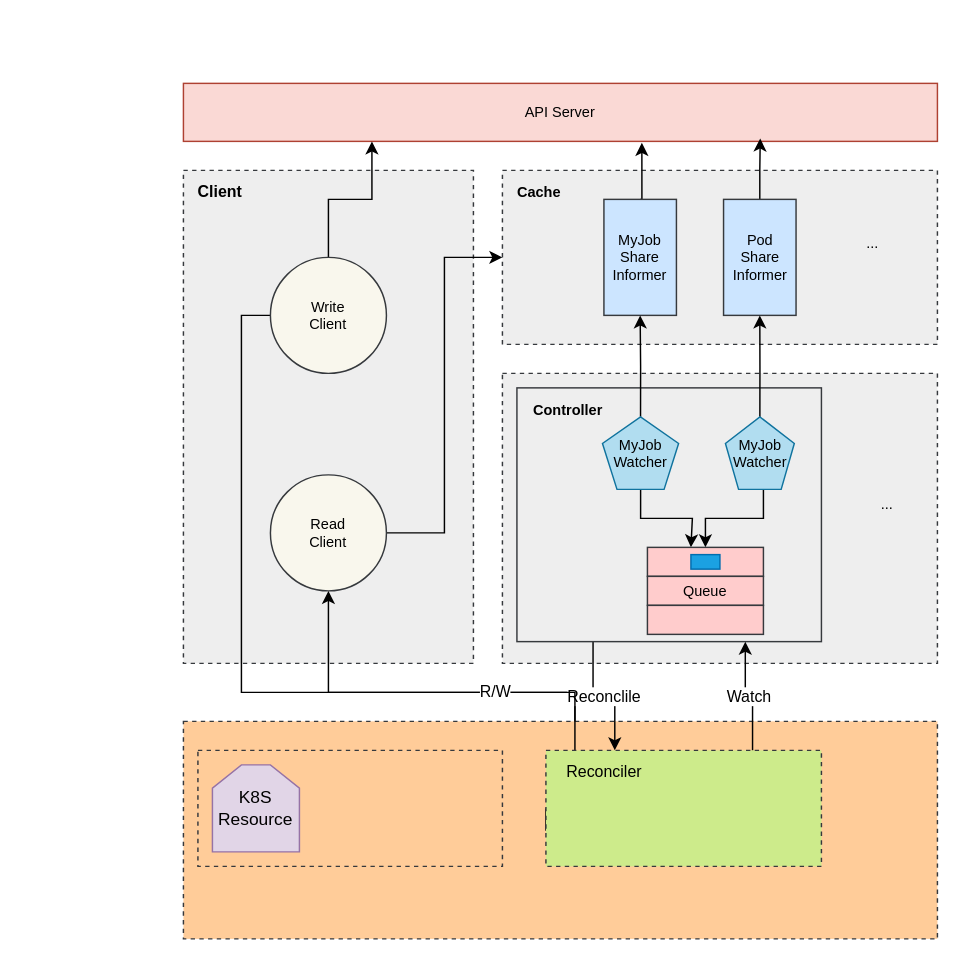
Before: page "第 8 页" (8 of 8) of st/k8s.drawio in gaivin/drawio, a draw.io diagram. Source tidied: cells renumbered, new cells numbered last; positions are measured from the earlier drawing's top-left corner, leaving out a move shared by most shapes. Both pictures are drawn from the tidied source at 145%, with x=0, y=0 at pixel (183, 83).
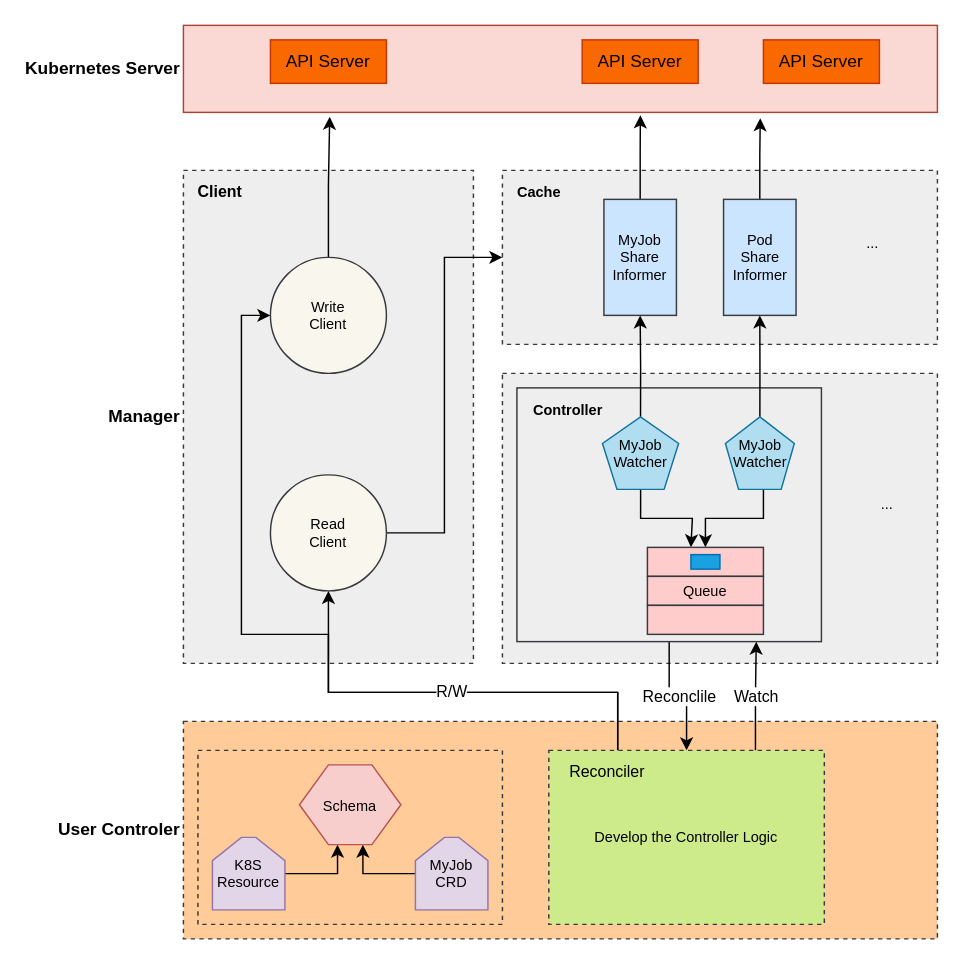
The same diagram, later.

Unchanged cells that the change refers to:
```xml
<mxCell id="6" value="Write&lt;br style=&quot;font-size: 10px;&quot;&gt;Client" style="ellipse;whiteSpace=wrap;html=1;fillColor=#f9f7ed;strokeColor=#36393d;fontSize=10;" parent="1" vertex="1">
  <mxGeometry x="60" y="120" width="80" height="80" as="geometry" />
</mxCell>
<mxCell id="8" value="Read&lt;br style=&quot;font-size: 10px;&quot;&gt;Client" style="ellipse;whiteSpace=wrap;html=1;fillColor=#f9f7ed;strokeColor=#36393d;fontSize=10;" parent="1" vertex="1">
  <mxGeometry x="60" y="270" width="80" height="80" as="geometry" />
</mxCell>
<mxCell id="12" value="MyJob&lt;br style=&quot;font-size: 10px;&quot;&gt;Share Informer" style="rounded=0;whiteSpace=wrap;html=1;fillColor=#cce5ff;strokeColor=#36393d;fontSize=10;" parent="1" vertex="1">
  <mxGeometry x="290" y="80" width="50" height="80" as="geometry" />
</mxCell>
<mxCell id="14" value="Pod&lt;br style=&quot;font-size: 10px;&quot;&gt;Share Informer" style="rounded=0;whiteSpace=wrap;html=1;fillColor=#cce5ff;strokeColor=#36393d;fontSize=10;" parent="1" vertex="1">
  <mxGeometry x="372.5" y="80" width="50" height="80" as="geometry" />
</mxCell>
<mxCell id="17" style="rounded=0;whiteSpace=wrap;html=1;fillColor=#eeeeee;strokeColor=#36393d;labelPosition=center;verticalLabelPosition=bottom;align=center;verticalAlign=top;fontSize=10;points=[[0,0,0,0,0],[0,0.25,0,0,0],[0,0.5,0,0,0],[0,0.75,0,0,0],[0,1,0,0,0],[0.17,1,0,0,0],[0.25,0,0,0,0],[0.25,1,0,0,0],[0.33,1,0,0,0],[0.5,0,0,0,0],[0.5,1,0,0,0],[0.67,1,0,0,0],[0.75,0,0,0,0],[0.75,1,0,0,0],[0.83,1,0,0,0],[1,0,0,0,0],[1,0.25,0,0,0],[1,0.5,0,0,0],[1,0.75,0,0,0],[1,1,0,0,0]];" parent="1" vertex="1">
  <mxGeometry x="230" y="210" width="210" height="175" as="geometry" />
</mxCell>
```

Change to the diagram source:
```diff
@@
-    <mxCell id="2" value="API Server" style="rounded=0;whiteSpace=wrap;html=1;fillColor=#fad9d5;strokeColor=#ae4132;fontSize=10;" parent="1" vertex="1">
-      <mxGeometry width="520" height="40" as="geometry" />
+    <mxCell id="2" value="Kubernetes Server" style="rounded=0;whiteSpace=wrap;html=1;fillColor=#fad9d5;strokeColor=#ae4132;fontSize=12;fontStyle=1;labelPosition=left;verticalLabelPosition=middle;align=right;verticalAlign=middle;" parent="1" vertex="1">
+      <mxGeometry y="-40" width="520" height="60" as="geometry" />
     </mxCell>
-    <mxCell id="3" style="rounded=0;whiteSpace=wrap;html=1;fillColor=#eeeeee;strokeColor=#36393d;dashed=1;labelPosition=center;verticalLabelPosition=bottom;align=center;verticalAlign=top;fontSize=10;" parent="1" vertex="1">
+    <mxCell id="3" value="Manager" style="rounded=0;whiteSpace=wrap;html=1;fillColor=#eeeeee;strokeColor=#36393d;dashed=1;labelPosition=left;verticalLabelPosition=middle;align=right;verticalAlign=middle;fontSize=12;fontStyle=1;" parent="1" vertex="1">
       <mxGeometry y="60" width="200" height="340" as="geometry" />
     </mxCell>
-    <mxCell id="4" style="edgeStyle=orthogonalEdgeStyle;rounded=0;jettySize=auto;html=1;exitX=0.5;exitY=0;exitDx=0;exitDy=0;entryX=0.25;entryY=1;entryDx=0;entryDy=0;fontSize=10;" parent="1" edge="1" source="6" target="2">
+    <mxCell id="4" style="edgeStyle=orthogonalEdgeStyle;rounded=0;jettySize=auto;html=1;exitX=0.5;exitY=0;exitDx=0;exitDy=0;fontSize=10;entryX=0.194;entryY=1.05;entryDx=0;entryDy=0;entryPerimeter=0;" parent="1" edge="1" source="6" target="2">
       <mxGeometry relative="1" as="geometry" />
     </mxCell>
-    <mxCell id="5" style="edgeStyle=orthogonalEdgeStyle;rounded=0;jettySize=auto;html=1;exitX=0;exitY=0.5;exitDx=0;exitDy=0;entryX=0.313;entryY=0.067;entryDx=0;entryDy=0;entryPerimeter=0;" parent="1" edge="1" source="6" target="37">
-      <mxGeometry relative="1" as="geometry">
-        <Array as="points">
-          <mxPoint x="40" y="160" />
-          <mxPoint x="40" y="420" />
-          <mxPoint x="270" y="420" />
-        </Array>
-      </mxGeometry>
-    </mxCell>
@@
-    <mxCell id="11" style="edgeStyle=orthogonalEdgeStyle;rounded=0;jettySize=auto;html=1;exitX=0.5;exitY=0;exitDx=0;exitDy=0;entryX=0.608;entryY=1.025;entryDx=0;entryDy=0;entryPerimeter=0;" parent="1" edge="1" source="12" target="2">
+    <mxCell id="11" style="edgeStyle=orthogonalEdgeStyle;rounded=0;jettySize=auto;html=1;exitX=0.5;exitY=0;exitDx=0;exitDy=0;entryX=0.606;entryY=1.033;entryDx=0;entryDy=0;entryPerimeter=0;" parent="1" edge="1" source="12" target="2">
       <mxGeometry relative="1" as="geometry" />
     </mxCell>
@@
-    <mxCell id="13" style="edgeStyle=orthogonalEdgeStyle;rounded=0;jettySize=auto;html=1;exitX=0.5;exitY=0;exitDx=0;exitDy=0;entryX=0.765;entryY=0.95;entryDx=0;entryDy=0;entryPerimeter=0;" parent="1" edge="1" source="14" target="2">
+    <mxCell id="13" style="edgeStyle=orthogonalEdgeStyle;rounded=0;jettySize=auto;html=1;exitX=0.5;exitY=0;exitDx=0;exitDy=0;entryX=0.765;entryY=1.067;entryDx=0;entryDy=0;entryPerimeter=0;" parent="1" edge="1" source="14" target="2">
       <mxGeometry relative="1" as="geometry" />
     </mxCell>
@@
-    <mxCell id="15" style="rounded=0;whiteSpace=wrap;html=1;fillColor=#ffcc99;strokeColor=#36393d;dashed=1;labelPosition=center;verticalLabelPosition=bottom;align=center;verticalAlign=top;fontSize=10;" parent="1" vertex="1">
+    <mxCell id="15" value="User Controler" style="rounded=0;whiteSpace=wrap;html=1;fillColor=#ffcc99;strokeColor=#36393d;dashed=1;labelPosition=left;verticalLabelPosition=middle;align=right;verticalAlign=middle;fontSize=12;fontStyle=1;" parent="1" vertex="1">
       <mxGeometry y="440" width="520" height="150" as="geometry" />
     </mxCell>
-    <mxCell id="16" value="Reconclile" style="edgeStyle=orthogonalEdgeStyle;rounded=0;jettySize=auto;html=1;exitX=0.25;exitY=1;exitDx=0;exitDy=0;exitPerimeter=0;entryX=0.25;entryY=0;entryDx=0;entryDy=0;" parent="1" edge="1" source="17" target="36">
+    <mxCell id="16" value="Reconclile" style="edgeStyle=orthogonalEdgeStyle;rounded=0;jettySize=auto;html=1;exitX=0.5;exitY=1;exitDx=0;exitDy=0;exitPerimeter=0;entryX=0.5;entryY=0;entryDx=0;entryDy=0;" parent="1" edge="1" source="17" target="36">
       <mxGeometry relative="1" as="geometry" />
     </mxCell>
@@
-    <mxCell id="34" value="Watch" style="edgeStyle=orthogonalEdgeStyle;rounded=0;jettySize=auto;html=1;exitX=0.75;exitY=0;exitDx=0;exitDy=0;entryX=0.75;entryY=1;entryDx=0;entryDy=0;entryPerimeter=0;" parent="1" edge="1" source="36" target="17">
+    <mxCell id="34" value="Watch" style="edgeStyle=orthogonalEdgeStyle;rounded=0;jettySize=auto;html=1;exitX=0.75;exitY=0;exitDx=0;exitDy=0;entryX=0.786;entryY=1;entryDx=0;entryDy=0;entryPerimeter=0;" parent="1" edge="1" source="36" target="17">
       <mxGeometry relative="1" as="geometry" />
     </mxCell>
+    <mxCell id="40" style="edgeStyle=orthogonalEdgeStyle;rounded=0;jettySize=auto;html=1;exitX=0.25;exitY=0;exitDx=0;exitDy=0;entryX=0;entryY=0.5;entryDx=0;entryDy=0;" parent="1" edge="1" source="36" target="6">
+      <mxGeometry relative="1" as="geometry">
+        <Array as="points">
+          <mxPoint x="300" y="420" />
+          <mxPoint x="100" y="420" />
+          <mxPoint x="100" y="380" />
+          <mxPoint x="40" y="380" />
+          <mxPoint x="40" y="160" />
+        </Array>
+      </mxGeometry>
+    </mxCell>
-    <mxCell id="35" value="R/W" style="edgeStyle=orthogonalEdgeStyle;rounded=0;jettySize=auto;html=1;exitX=0;exitY=0.5;exitDx=0;exitDy=0;" parent="1" edge="1" source="36" target="8">
+    <mxCell id="35" value="R/W" style="edgeStyle=orthogonalEdgeStyle;rounded=0;jettySize=auto;html=1;exitX=0.25;exitY=0;exitDx=0;exitDy=0;" parent="1" edge="1" source="36" target="8">
       <mxGeometry relative="1" as="geometry">
         <Array as="points">
-          <mxPoint x="270" y="515" />
-          <mxPoint x="270" y="420" />
+          <mxPoint x="300" y="420" />
           <mxPoint x="100" y="420" />
         </Array>
       </mxGeometry>
     </mxCell>
-    <mxCell id="36" style="rounded=0;whiteSpace=wrap;html=1;dashed=1;labelPosition=center;verticalLabelPosition=middle;align=center;verticalAlign=middle;fontSize=10;fillColor=#cdeb8b;strokeColor=#36393d;" parent="1" vertex="1">
-      <mxGeometry x="250" y="460" width="190" height="80" as="geometry" />
+    <mxCell id="36" value="Develop the Controller Logic" style="rounded=0;whiteSpace=wrap;html=1;dashed=1;labelPosition=center;verticalLabelPosition=middle;align=center;verticalAlign=middle;fontSize=10;fillColor=#cdeb8b;strokeColor=#36393d;" parent="1" vertex="1">
+      <mxGeometry x="252" y="460" width="190" height="120" as="geometry" />
     </mxCell>
     <mxCell id="37" value="Reconciler" style="text;html=1;align=center;verticalAlign=middle;points=[];strokeColor=none;fillColor=none;fontSize=11;" parent="1" vertex="1">
-      <mxGeometry x="250" y="460" width="80" height="30" as="geometry" />
+      <mxGeometry x="252" y="460" width="80" height="30" as="geometry" />
     </mxCell>
     <mxCell id="38" style="rounded=0;whiteSpace=wrap;html=1;fillColor=none;strokeColor=#36393d;dashed=1;labelPosition=center;verticalLabelPosition=bottom;align=center;verticalAlign=top;fontSize=10;" parent="1" vertex="1">
-      <mxGeometry x="10" y="460" width="210" height="80" as="geometry" />
+      <mxGeometry x="10" y="460" width="210" height="120" as="geometry" />
     </mxCell>
+    <mxCell id="41" style="edgeStyle=orthogonalEdgeStyle;rounded=0;jettySize=auto;html=1;exitX=1;exitY=0.5;exitDx=0;exitDy=0;entryX=0.375;entryY=1;entryDx=0;entryDy=0;" parent="1" edge="1" source="39" target="44">
+      <mxGeometry relative="1" as="geometry" />
+    </mxCell>
-    <mxCell id="39" value="K8S&lt;br&gt;Resource" style="shape=loopLimit;whiteSpace=wrap;html=1;fillColor=#e1d5e7;strokeColor=#9673a6;" parent="1" vertex="1">
-      <mxGeometry x="20" y="470" width="60" height="60" as="geometry" />
+    <mxCell id="39" value="K8S&lt;br style=&quot;font-size: 10px;&quot;&gt;Resource" style="shape=loopLimit;whiteSpace=wrap;html=1;fillColor=#e1d5e7;strokeColor=#9673a6;fontSize=10;" parent="1" vertex="1">
+      <mxGeometry x="20" y="520" width="50" height="50" as="geometry" />
     </mxCell>
+    <mxCell id="42" style="edgeStyle=orthogonalEdgeStyle;rounded=0;jettySize=auto;html=1;entryX=0.625;entryY=1;entryDx=0;entryDy=0;" parent="1" edge="1" source="43" target="44">
+      <mxGeometry relative="1" as="geometry" />
+    </mxCell>
+    <mxCell id="43" value="MyJob&lt;br style=&quot;font-size: 10px;&quot;&gt;CRD" style="shape=loopLimit;whiteSpace=wrap;html=1;fillColor=#e1d5e7;strokeColor=#9673a6;fontSize=10;" parent="1" vertex="1">
+      <mxGeometry x="160" y="520" width="50" height="50" as="geometry" />
+    </mxCell>
+    <mxCell id="44" value="Schema" style="shape=hexagon;perimeter=hexagonPerimeter2;whiteSpace=wrap;html=1;fixedSize=1;fillColor=#f8cecc;strokeColor=#b85450;fontSize=10;" parent="1" vertex="1">
+      <mxGeometry x="80" y="470" width="70" height="55" as="geometry" />
+    </mxCell>
+    <mxCell id="45" value="API Server" style="rounded=0;whiteSpace=wrap;html=1;fillColor=#fa6800;fontColor=#000000;strokeColor=#C73500;" parent="1" vertex="1">
+      <mxGeometry x="60" y="-30" width="80" height="30" as="geometry" />
+    </mxCell>
+    <mxCell id="46" value="API Server" style="rounded=0;whiteSpace=wrap;html=1;fillColor=#fa6800;fontColor=#000000;strokeColor=#C73500;" parent="1" vertex="1">
+      <mxGeometry x="275" y="-30" width="80" height="30" as="geometry" />
+    </mxCell>
+    <mxCell id="47" value="API Server" style="rounded=0;whiteSpace=wrap;html=1;fillColor=#fa6800;fontColor=#000000;strokeColor=#C73500;" parent="1" vertex="1">
+      <mxGeometry x="400" y="-30" width="80" height="30" as="geometry" />
+    </mxCell>
```
